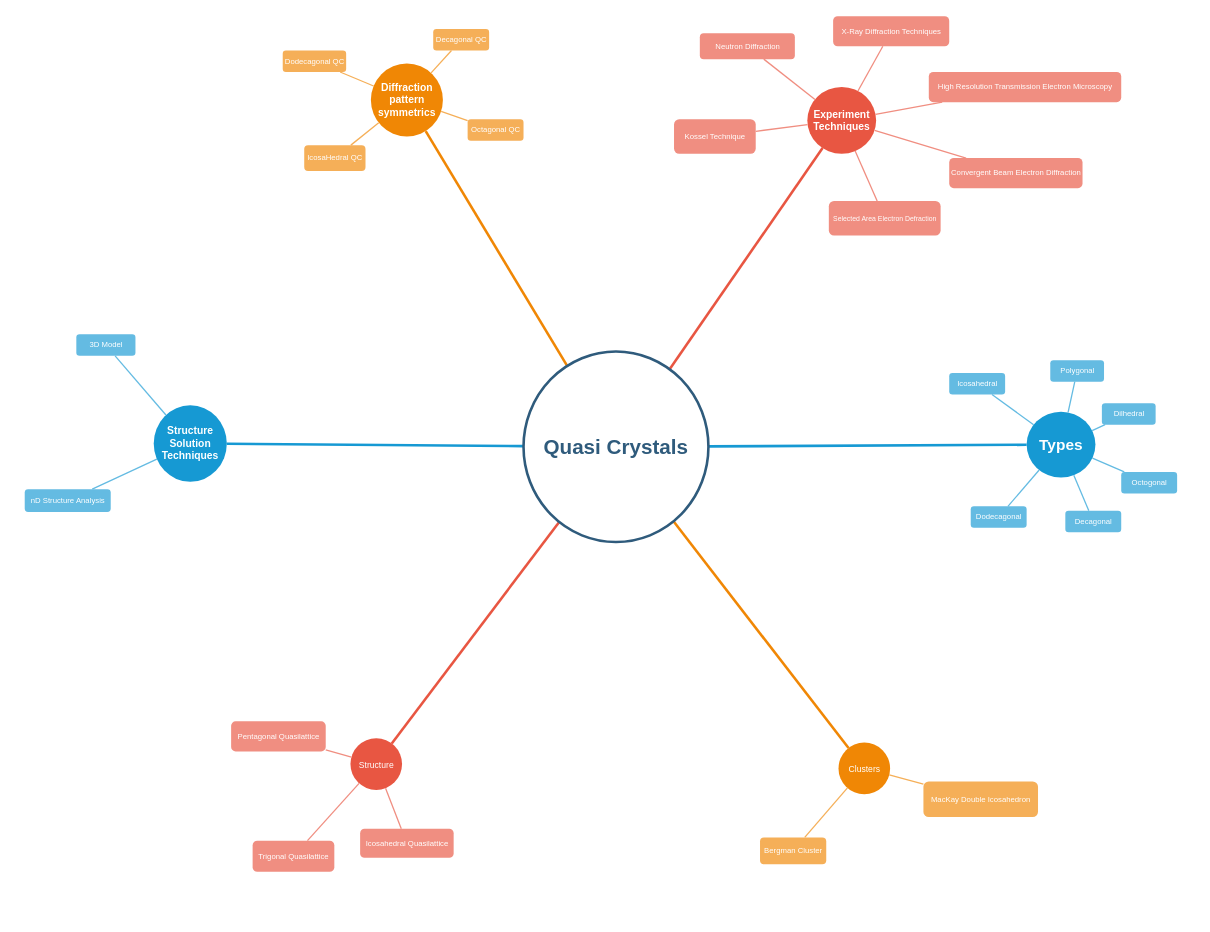
The draw.io diagram Quasi-Crystals.drawio in Master-Bhavesh/Mind-Map, before the edit. Source tidied: cells renumbered, new cells numbered last; positions are measured from the earlier drawing's top-left corner, leaving out a move shared by most shapes. Both pictures are drawn from the tidied source at 43%, with x=0, y=0 at pixel (25, 16).
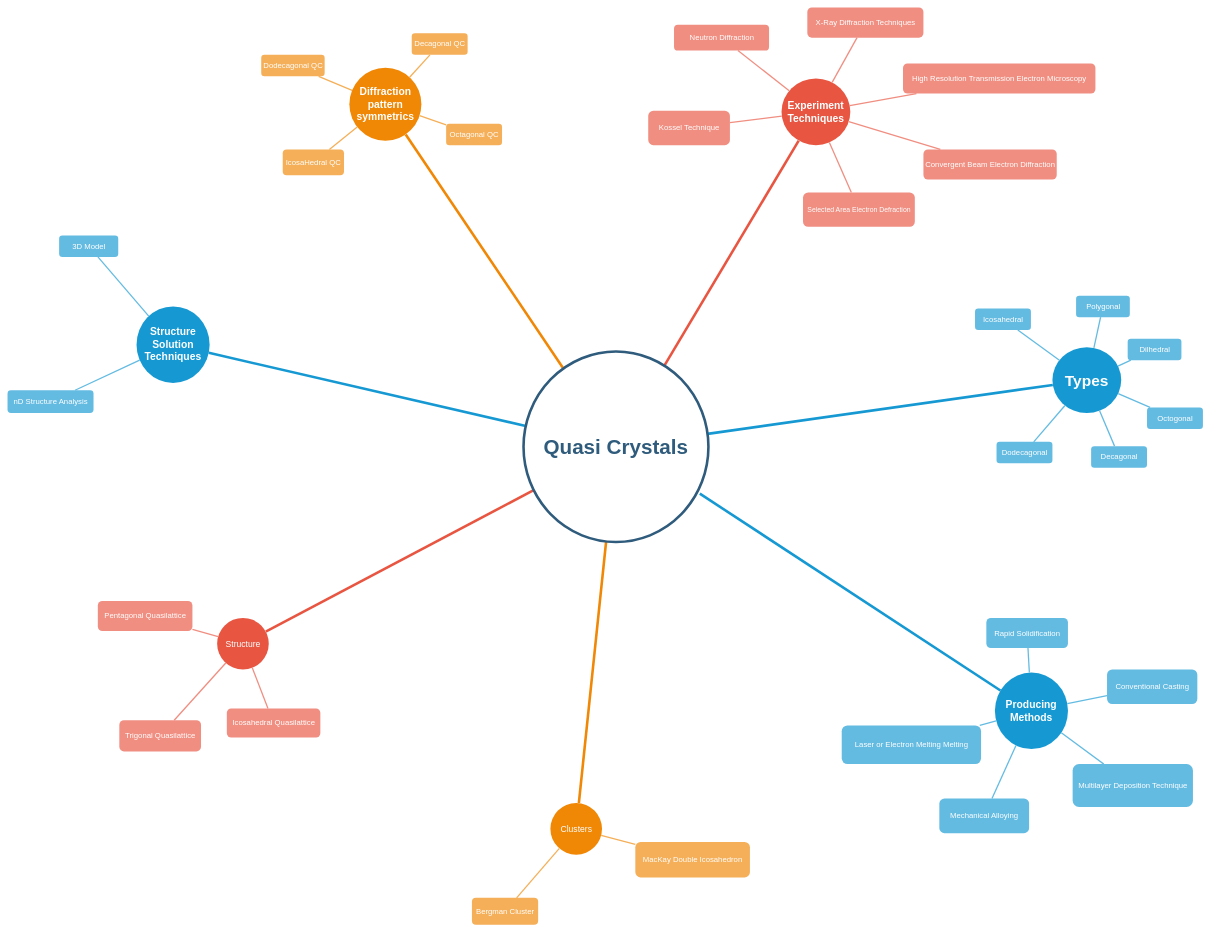
After the change.

Diff of the diagram source:
```diff
@@
     <mxCell id="2" value="&lt;b&gt;&lt;font style=&quot;font-size: 24px&quot;&gt;Structure Solution Techniques&lt;/font&gt;&lt;/b&gt;" style="ellipse;whiteSpace=wrap;html=1;shadow=0;fontFamily=Helvetica;fontSize=20;fontColor=#FFFFFF;align=center;strokeWidth=3;fillColor=#1699D3;strokeColor=none;" parent="1" vertex="1">
-      <mxGeometry x="300" y="905" width="170" height="178" as="geometry" />
+      <mxGeometry x="260" y="675" width="170" height="178" as="geometry" />
     </mxCell>
     <mxCell id="3" value="&lt;b&gt;&lt;font style=&quot;font-size: 24px&quot;&gt;Diffraction pattern symmetrics&lt;/font&gt;&lt;/b&gt;" style="ellipse;whiteSpace=wrap;html=1;shadow=0;fontFamily=Helvetica;fontSize=20;fontColor=#FFFFFF;align=center;strokeWidth=3;fillColor=#F08705;strokeColor=none;gradientColor=none;" parent="1" vertex="1">
-      <mxGeometry x="805" y="110" width="167.5" height="170" as="geometry" />
+      <mxGeometry x="755" y="120" width="167.5" height="170" as="geometry" />
     </mxCell>
     <mxCell id="4" value="&lt;b&gt;&lt;font style=&quot;font-size: 24px&quot;&gt;Experiment Techniques&lt;/font&gt;&lt;/b&gt;" style="ellipse;whiteSpace=wrap;html=1;shadow=0;fontFamily=Helvetica;fontSize=20;fontColor=#FFFFFF;align=center;strokeWidth=3;fillColor=#E85642;strokeColor=none;" parent="1" vertex="1">
-      <mxGeometry x="1820" y="165" width="160" height="155" as="geometry" />
+      <mxGeometry x="1760" y="145" width="160" height="155" as="geometry" />
     </mxCell>
     <mxCell id="5" value="&lt;b&gt;&lt;font style=&quot;font-size: 36px&quot;&gt;Types&lt;/font&gt;&lt;/b&gt;" style="ellipse;whiteSpace=wrap;html=1;shadow=0;fontFamily=Helvetica;fontSize=20;fontColor=#FFFFFF;align=center;strokeWidth=3;fillColor=#1699D3;strokeColor=none;" parent="1" vertex="1">
-      <mxGeometry x="2330" y="920" width="160" height="153" as="geometry" />
+      <mxGeometry x="2390" y="770" width="160" height="153" as="geometry" />
     </mxCell>
     <mxCell id="6" value="Clusters" style="ellipse;whiteSpace=wrap;html=1;shadow=0;fontFamily=Helvetica;fontSize=20;fontColor=#FFFFFF;align=center;strokeWidth=3;fillColor=#F08705;strokeColor=none;" parent="1" vertex="1">
-      <mxGeometry x="1892.5" y="1689.5" width="120" height="120" as="geometry" />
+      <mxGeometry x="1222.5" y="1830" width="120" height="120" as="geometry" />
     </mxCell>
     <mxCell id="7" value="Structure" style="ellipse;whiteSpace=wrap;html=1;shadow=0;fontFamily=Helvetica;fontSize=20;fontColor=#FFFFFF;align=center;strokeWidth=3;fillColor=#E85642;strokeColor=none;" parent="1" vertex="1">
-      <mxGeometry x="757.5" y="1679.5" width="120" height="120" as="geometry" />
+      <mxGeometry x="447.5" y="1399.5" width="120" height="120" as="geometry" />
     </mxCell>
     <mxCell id="8" value="&lt;font style=&quot;font-size: 18px&quot;&gt;IcosaHedral QC&lt;/font&gt;" style="rounded=1;fillColor=#f5af58;strokeColor=none;strokeWidth=3;shadow=0;html=1;fontColor=#FFFFFF;" parent="1" vertex="1">
-      <mxGeometry x="650" y="300" width="142.5" height="60" as="geometry" />
+      <mxGeometry x="600" y="310" width="142.5" height="60" as="geometry" />
     </mxCell>
     <mxCell id="9" value="&lt;font style=&quot;font-size: 18px&quot;&gt;3D Model&lt;/font&gt;" style="rounded=1;fillColor=#64BBE2;strokeColor=none;strokeWidth=3;shadow=0;html=1;fontColor=#FFFFFF;" parent="1" vertex="1">
-      <mxGeometry x="120" y="740" width="137.5" height="50" as="geometry" />
+      <mxGeometry x="80" y="510" width="137.5" height="50" as="geometry" />
     </mxCell>
@@
     <mxCell id="16" value="&lt;font style=&quot;font-size: 18px&quot;&gt;nD Structure Analysis&lt;/font&gt;" style="rounded=1;fillColor=#64BBE2;strokeColor=none;strokeWidth=3;shadow=0;html=1;fontColor=#FFFFFF;" parent="1" vertex="1">
-      <mxGeometry y="1100" width="200" height="53" as="geometry" />
+      <mxGeometry x="-40" y="870" width="200" height="53" as="geometry" />
     </mxCell>
     <mxCell id="17" style="edgeStyle=none;endArrow=none;strokeWidth=3;strokeColor=#64BBE2;html=1;" parent="1" edge="1" source="2" target="16">
-      <mxGeometry x="-690" y="560" as="geometry" />
+      <mxGeometry x="-730" y="330" as="geometry" />
     </mxCell>
     <mxCell id="18" style="edgeStyle=none;endArrow=none;strokeWidth=3;strokeColor=#64BBE2;html=1;" parent="1" edge="1" source="2" target="9">
-      <mxGeometry x="-690" y="560" as="geometry" />
+      <mxGeometry x="-730" y="330" as="geometry" />
     </mxCell>
     <mxCell id="19" value="&lt;font style=&quot;font-size: 18px&quot;&gt;Dodecagonal QC&lt;/font&gt;" style="rounded=1;fillColor=#f5af58;strokeColor=none;strokeWidth=3;shadow=0;html=1;fontColor=#FFFFFF;" parent="1" vertex="1">
-      <mxGeometry x="600" y="80" width="147.5" height="50" as="geometry" />
+      <mxGeometry x="550" y="90" width="147.5" height="50" as="geometry" />
     </mxCell>
     <mxCell id="20" value="&lt;font style=&quot;font-size: 18px&quot;&gt;Decagonal QC&lt;/font&gt;" style="rounded=1;fillColor=#f5af58;strokeColor=none;strokeWidth=3;shadow=0;html=1;fontColor=#FFFFFF;" parent="1" vertex="1">
-      <mxGeometry x="950" y="30" width="130" height="50" as="geometry" />
+      <mxGeometry x="900" y="40" width="130" height="50" as="geometry" />
     </mxCell>
     <mxCell id="21" value="&lt;font style=&quot;font-size: 18px&quot;&gt;Octagonal QC&lt;/font&gt;" style="rounded=1;fillColor=#f5af58;strokeColor=none;strokeWidth=3;shadow=0;html=1;fontColor=#FFFFFF;" parent="1" vertex="1">
-      <mxGeometry x="1030" y="240" width="130" height="50" as="geometry" />
+      <mxGeometry x="980" y="250" width="130" height="50" as="geometry" />
     </mxCell>
     <mxCell id="22" style="edgeStyle=none;endArrow=none;strokeWidth=3;strokeColor=#F5AF58;html=1;" parent="1" edge="1" source="3" target="8">
-      <mxGeometry x="-532.5" y="-240" as="geometry" />
+      <mxGeometry x="-582.5" y="-230" as="geometry" />
     </mxCell>
     <mxCell id="23" style="edgeStyle=none;endArrow=none;strokeWidth=3;strokeColor=#F5AF58;html=1;" parent="1" edge="1" source="3" target="19">
-      <mxGeometry x="-532.5" y="-240" as="geometry" />
+      <mxGeometry x="-582.5" y="-230" as="geometry" />
     </mxCell>
     <mxCell id="24" style="edgeStyle=none;endArrow=none;strokeWidth=3;strokeColor=#F5AF58;html=1;" parent="1" edge="1" source="3" target="20">
-      <mxGeometry x="-532.5" y="-240" as="geometry" />
+      <mxGeometry x="-582.5" y="-230" as="geometry" />
     </mxCell>
     <mxCell id="25" style="edgeStyle=none;endArrow=none;strokeWidth=3;strokeColor=#F5AF58;html=1;" parent="1" edge="1" source="3" target="21">
-      <mxGeometry x="-532.5" y="-240" as="geometry" />
+      <mxGeometry x="-582.5" y="-230" as="geometry" />
     </mxCell>
     <mxCell id="26" value="&lt;font style=&quot;font-size: 18px&quot;&gt;High Resolution Transmission Electron Microscopy&lt;/font&gt;" style="rounded=1;fillColor=#f08e81;strokeColor=none;strokeWidth=3;shadow=0;html=1;fontColor=#FFFFFF;" parent="1" vertex="1">
-      <mxGeometry x="2102.5" y="130" width="447.5" height="70" as="geometry" />
+      <mxGeometry x="2042.5" y="110" width="447.5" height="70" as="geometry" />
     </mxCell>
     <mxCell id="27" value="&lt;font style=&quot;font-size: 18px&quot;&gt;Kossel Technique&lt;/font&gt;" style="rounded=1;fillColor=#f08e81;strokeColor=none;strokeWidth=3;shadow=0;html=1;fontColor=#FFFFFF;" parent="1" vertex="1">
-      <mxGeometry x="1510" y="240" width="190" height="80" as="geometry" />
+      <mxGeometry x="1450" y="220" width="190" height="80" as="geometry" />
     </mxCell>
     <mxCell id="28" value="&lt;font style=&quot;font-size: 18px&quot;&gt;Neutron Diffraction&lt;/font&gt;" style="rounded=1;fillColor=#f08e81;strokeColor=none;strokeWidth=3;shadow=0;html=1;fontColor=#FFFFFF;" parent="1" vertex="1">
-      <mxGeometry x="1570" y="40" width="221" height="60" as="geometry" />
+      <mxGeometry x="1510" y="20" width="221" height="60" as="geometry" />
     </mxCell>
     <mxCell id="29" value="&lt;font style=&quot;font-size: 18px&quot;&gt;X-Ray Diffraction Techniques&lt;/font&gt;" style="rounded=1;fillColor=#f08e81;strokeColor=none;strokeWidth=3;shadow=0;html=1;fontColor=#FFFFFF;" parent="1" vertex="1">
-      <mxGeometry x="1880" width="270" height="70" as="geometry" />
+      <mxGeometry x="1820" y="-20" width="270" height="70" as="geometry" />
     </mxCell>
     <mxCell id="30" value="&lt;font size=&quot;3&quot;&gt;Selected Area Electron Defraction&lt;/font&gt;" style="rounded=1;fillColor=#f08e81;strokeColor=none;strokeWidth=3;shadow=0;html=1;fontColor=#FFFFFF;" parent="1" vertex="1">
-      <mxGeometry x="1870" y="430" width="260" height="80" as="geometry" />
+      <mxGeometry x="1810" y="410" width="260" height="80" as="geometry" />
     </mxCell>
     <mxCell id="31" value="&lt;div&gt;&lt;span style=&quot;font-size: 18px&quot;&gt;Convergent Beam Electron Diffraction&lt;/span&gt;&lt;/div&gt;" style="rounded=1;fillColor=#f08e81;strokeColor=none;strokeWidth=3;shadow=0;html=1;fontColor=#FFFFFF;align=center;" parent="1" vertex="1">
-      <mxGeometry x="2150" y="330" width="310" height="70" as="geometry" />
+      <mxGeometry x="2090" y="310" width="310" height="70" as="geometry" />
     </mxCell>
     <mxCell id="32" style="edgeStyle=none;endArrow=none;strokeWidth=3;strokeColor=#F08E81;html=1;" parent="1" edge="1" source="4" target="27">
-      <mxGeometry x="-110" y="-220" as="geometry" />
+      <mxGeometry x="-170" y="-240" as="geometry" />
     </mxCell>
     <mxCell id="33" style="edgeStyle=none;endArrow=none;strokeWidth=3;strokeColor=#F08E81;html=1;" parent="1" edge="1" source="4" target="28">
-      <mxGeometry x="-110" y="-220" as="geometry" />
+      <mxGeometry x="-170" y="-240" as="geometry" />
     </mxCell>
     <mxCell id="34" style="edgeStyle=none;endArrow=none;strokeWidth=3;strokeColor=#F08E81;html=1;" parent="1" edge="1" source="4" target="29">
-      <mxGeometry x="-110" y="-220" as="geometry" />
+      <mxGeometry x="-170" y="-240" as="geometry" />
     </mxCell>
     <mxCell id="35" style="edgeStyle=none;endArrow=none;strokeWidth=3;strokeColor=#F08E81;html=1;" parent="1" edge="1" source="4" target="26">
-      <mxGeometry x="-110" y="-220" as="geometry" />
+      <mxGeometry x="-170" y="-240" as="geometry" />
     </mxCell>
     <mxCell id="36" style="edgeStyle=none;endArrow=none;strokeWidth=3;strokeColor=#F08E81;html=1;" parent="1" edge="1" source="4" target="31">
-      <mxGeometry x="-110" y="-220" as="geometry" />
+      <mxGeometry x="-170" y="-240" as="geometry" />
     </mxCell>
     <mxCell id="37" style="edgeStyle=none;endArrow=none;strokeWidth=3;strokeColor=#F08E81;html=1;" parent="1" edge="1" source="4" target="30">
-      <mxGeometry x="-110" y="-220" as="geometry" />
+      <mxGeometry x="-170" y="-240" as="geometry" />
     </mxCell>
     <mxCell id="38" value="&lt;font style=&quot;font-size: 18px&quot;&gt;Polygonal&lt;/font&gt;" style="rounded=1;fillColor=#64BBE2;strokeColor=none;strokeWidth=3;shadow=0;html=1;fontColor=#FFFFFF;" parent="1" vertex="1">
-      <mxGeometry x="2385" y="800" width="125" height="50" as="geometry" />
+      <mxGeometry x="2445" y="650" width="125" height="50" as="geometry" />
     </mxCell>
     <mxCell id="39" value="&lt;font style=&quot;font-size: 18px&quot;&gt;Dilhedral&lt;/font&gt;" style="rounded=1;fillColor=#64BBE2;strokeColor=none;strokeWidth=3;shadow=0;html=1;fontColor=#FFFFFF;" parent="1" vertex="1">
-      <mxGeometry x="2505" y="900" width="125" height="50" as="geometry" />
+      <mxGeometry x="2565" y="750" width="125" height="50" as="geometry" />
     </mxCell>
     <mxCell id="40" value="&lt;font style=&quot;font-size: 18px&quot;&gt;Decagonal&lt;/font&gt;" style="rounded=1;fillColor=#64BBE2;strokeColor=none;strokeWidth=3;shadow=0;html=1;fontColor=#FFFFFF;" parent="1" vertex="1">
-      <mxGeometry x="2420" y="1150" width="130" height="50" as="geometry" />
+      <mxGeometry x="2480" y="1000" width="130" height="50" as="geometry" />
     </mxCell>
     <mxCell id="41" value="&lt;font style=&quot;font-size: 18px&quot;&gt;Octogonal&lt;/font&gt;" style="rounded=1;fillColor=#64BBE2;strokeColor=none;strokeWidth=3;shadow=0;html=1;fontColor=#FFFFFF;" parent="1" vertex="1">
-      <mxGeometry x="2550" y="1060" width="130" height="50" as="geometry" />
+      <mxGeometry x="2610" y="910" width="130" height="50" as="geometry" />
     </mxCell>
     <mxCell id="42" value="&lt;font style=&quot;font-size: 18px&quot;&gt;Dodecagonal&lt;/font&gt;" style="rounded=1;fillColor=#64BBE2;strokeColor=none;strokeWidth=3;shadow=0;html=1;fontColor=#FFFFFF;" parent="1" vertex="1">
-      <mxGeometry x="2200" y="1140" width="130" height="50" as="geometry" />
+      <mxGeometry x="2260" y="990" width="130" height="50" as="geometry" />
     </mxCell>
     <mxCell id="43" value="&lt;font style=&quot;font-size: 18px&quot;&gt;Icosahedral&lt;/font&gt;" style="rounded=1;fillColor=#64BBE2;strokeColor=none;strokeWidth=3;shadow=0;html=1;fontColor=#FFFFFF;" parent="1" vertex="1">
-      <mxGeometry x="2150" y="830" width="130" height="50" as="geometry" />
+      <mxGeometry x="2210" y="680" width="130" height="50" as="geometry" />
     </mxCell>
     <mxCell id="44" style="edgeStyle=none;endArrow=none;strokeWidth=3;strokeColor=#64BBE2;html=1;" parent="1" edge="1" source="5" target="38">
-      <mxGeometry x="40" y="177" as="geometry" />
+      <mxGeometry x="100" y="27" as="geometry" />
     </mxCell>
     <mxCell id="45" style="edgeStyle=none;endArrow=none;strokeWidth=3;strokeColor=#64BBE2;html=1;" parent="1" edge="1" source="5" target="39">
-      <mxGeometry x="40" y="177" as="geometry" />
+      <mxGeometry x="100" y="27" as="geometry" />
     </mxCell>
     <mxCell id="46" style="edgeStyle=none;endArrow=none;strokeWidth=3;strokeColor=#64BBE2;html=1;" parent="1" edge="1" source="5" target="41">
-      <mxGeometry x="40" y="177" as="geometry" />
+      <mxGeometry x="100" y="27" as="geometry" />
     </mxCell>
     <mxCell id="47" style="edgeStyle=none;endArrow=none;strokeWidth=3;strokeColor=#64BBE2;html=1;" parent="1" edge="1" source="5" target="40">
-      <mxGeometry x="40" y="177" as="geometry" />
+      <mxGeometry x="100" y="27" as="geometry" />
     </mxCell>
     <mxCell id="48" style="edgeStyle=none;endArrow=none;strokeWidth=3;strokeColor=#64BBE2;html=1;" parent="1" edge="1" source="5" target="42">
-      <mxGeometry x="40" y="177" as="geometry" />
+      <mxGeometry x="100" y="27" as="geometry" />
     </mxCell>
     <mxCell id="49" style="edgeStyle=none;endArrow=none;strokeWidth=3;strokeColor=#64BBE2;html=1;" parent="1" edge="1" source="5" target="43">
-      <mxGeometry x="40" y="177" as="geometry" />
+      <mxGeometry x="100" y="27" as="geometry" />
     </mxCell>
     <mxCell id="50" value="&lt;font style=&quot;font-size: 18px&quot;&gt;MacKay Double Icosahedron&lt;/font&gt;" style="rounded=1;fillColor=#f5af58;strokeColor=none;strokeWidth=3;shadow=0;html=1;fontColor=#FFFFFF;" parent="1" vertex="1">
-      <mxGeometry x="2090" y="1780" width="266.5" height="82.5" as="geometry" />
+      <mxGeometry x="1420" y="1920.5" width="266.5" height="82.5" as="geometry" />
     </mxCell>
     <mxCell id="51" value="&lt;font style=&quot;font-size: 18px&quot;&gt;Bergman Cluster&lt;/font&gt;" style="rounded=1;fillColor=#f5af58;strokeColor=none;strokeWidth=3;shadow=0;html=1;fontColor=#FFFFFF;" parent="1" vertex="1">
-      <mxGeometry x="1710" y="1910" width="154" height="62.5" as="geometry" />
+      <mxGeometry x="1040" y="2050.5" width="154" height="62.5" as="geometry" />
     </mxCell>
     <mxCell id="52" style="edgeStyle=none;endArrow=none;strokeWidth=3;strokeColor=#F5AF58;html=1;" parent="1" edge="1" source="6" target="50">
-      <mxGeometry x="702.5" y="232.5" as="geometry" />
+      <mxGeometry x="32.5" y="373" as="geometry" />
     </mxCell>
     <mxCell id="53" style="edgeStyle=none;endArrow=none;strokeWidth=3;strokeColor=#F5AF58;html=1;" parent="1" edge="1" source="6" target="51">
-      <mxGeometry x="702.5" y="232.5" as="geometry" />
+      <mxGeometry x="32.5" y="373" as="geometry" />
     </mxCell>
     <mxCell id="54" value="&lt;font style=&quot;font-size: 18px&quot;&gt;Icosahedral Quasilattice&lt;/font&gt;" style="rounded=1;fillColor=#f08e81;strokeColor=none;strokeWidth=3;shadow=0;html=1;fontColor=#FFFFFF;" parent="1" vertex="1">
-      <mxGeometry x="780" y="1890" width="217.5" height="67.5" as="geometry" />
+      <mxGeometry x="470" y="1610" width="217.5" height="67.5" as="geometry" />
     </mxCell>
     <mxCell id="55" value="&lt;font style=&quot;font-size: 18px&quot;&gt;Pentagonal Quasilattice&lt;/font&gt;" style="rounded=1;fillColor=#f08e81;strokeColor=none;strokeWidth=3;shadow=0;html=1;fontColor=#FFFFFF;" parent="1" vertex="1">
-      <mxGeometry x="480" y="1640" width="220" height="70" as="geometry" />
+      <mxGeometry x="170" y="1360" width="220" height="70" as="geometry" />
     </mxCell>
     <mxCell id="56" value="&lt;font style=&quot;font-size: 18px&quot;&gt;Trigonal Quasilattice&lt;/font&gt;" style="rounded=1;fillColor=#f08e81;strokeColor=none;strokeWidth=3;shadow=0;html=1;fontColor=#FFFFFF;" parent="1" vertex="1">
-      <mxGeometry x="530" y="1917.5" width="190" height="72.5" as="geometry" />
+      <mxGeometry x="220" y="1637.5" width="190" height="72.5" as="geometry" />
     </mxCell>
     <mxCell id="57" style="edgeStyle=none;endArrow=none;strokeWidth=3;strokeColor=#F08E81;html=1;" parent="1" edge="1" source="7" target="54">
-      <mxGeometry x="87.5" y="375" as="geometry" />
+      <mxGeometry x="-222.5" y="95" as="geometry" />
     </mxCell>
     <mxCell id="58" style="edgeStyle=none;endArrow=none;strokeWidth=3;strokeColor=#F08E81;html=1;" parent="1" edge="1" source="7" target="55">
-      <mxGeometry x="87.5" y="375" as="geometry" />
+      <mxGeometry x="-222.5" y="95" as="geometry" />
     </mxCell>
     <mxCell id="59" style="edgeStyle=none;endArrow=none;strokeWidth=3;strokeColor=#F08E81;html=1;" parent="1" edge="1" source="7" target="56">
-      <mxGeometry x="87.5" y="375" as="geometry" />
+      <mxGeometry x="-222.5" y="95" as="geometry" />
     </mxCell>
     <mxCell id="60" style="edgeStyle=orthogonalEdgeStyle;rounded=0;html=1;exitX=0.75;exitY=0;entryX=0.75;entryY=0;startArrow=none;startFill=0;endArrow=block;endFill=1;jettySize=auto;orthogonalLoop=1;strokeColor=#12aab5;strokeWidth=6;fontSize=20;fontColor=#2F5B7C;" parent="1" edge="1">
       <mxGeometry relative="1" as="geometry">
-        <mxPoint x="1740" y="215" as="sourcePoint" />
-        <mxPoint x="1740" y="215" as="targetPoint" />
+        <mxPoint x="1680" y="195" as="sourcePoint" />
+        <mxPoint x="1680" y="195" as="targetPoint" />
       </mxGeometry>
     </mxCell>
@@
+    <mxCell id="62" value="&lt;b&gt;&lt;font style=&quot;font-size: 24px&quot;&gt;Producing Methods&lt;/font&gt;&lt;/b&gt;" style="ellipse;whiteSpace=wrap;html=1;shadow=0;fontFamily=Helvetica;fontSize=20;fontColor=#FFFFFF;align=center;strokeWidth=3;fillColor=#1699D3;strokeColor=none;" parent="1" vertex="1">
+      <mxGeometry x="2256.2" y="1526.5" width="170" height="178" as="geometry" />
+    </mxCell>
+    <mxCell id="63" value="&lt;font style=&quot;font-size: 18px&quot;&gt;Conventional Casting&lt;/font&gt;" style="rounded=1;fillColor=#64BBE2;strokeColor=none;strokeWidth=3;shadow=0;html=1;fontColor=#FFFFFF;" parent="1" vertex="1">
+      <mxGeometry x="2517" y="1519.5" width="210" height="80" as="geometry" />
+    </mxCell>
+    <mxCell id="64" style="endArrow=none;strokeWidth=6;strokeColor=#1699D3;html=1;" parent="1" edge="1" target="62">
+      <mxGeometry relative="1" as="geometry">
+        <mxPoint x="1570" y="1110.5" as="sourcePoint" />
+      </mxGeometry>
+    </mxCell>
+    <mxCell id="65" value="&lt;span style=&quot;font-size: 18px&quot;&gt;Multilayer Deposition Technique&lt;/span&gt;" style="rounded=1;fillColor=#64BBE2;strokeColor=none;strokeWidth=3;shadow=0;html=1;fontColor=#FFFFFF;" parent="1" vertex="1">
+      <mxGeometry x="2437" y="1739.5" width="279.8" height="99.5" as="geometry" />
+    </mxCell>
+    <mxCell id="66" style="edgeStyle=none;endArrow=none;strokeWidth=3;strokeColor=#64BBE2;html=1;" parent="1" edge="1" source="62" target="65">
+      <mxGeometry x="-483.8" y="714.5" as="geometry" />
+    </mxCell>
+    <mxCell id="67" style="edgeStyle=none;endArrow=none;strokeWidth=3;strokeColor=#64BBE2;html=1;" parent="1" edge="1" source="62" target="63">
+      <mxGeometry x="-483.8" y="714.5" as="geometry" />
+    </mxCell>
+    <mxCell id="68" value="&lt;font style=&quot;font-size: 18px&quot;&gt;Rapid Solidification&lt;/font&gt;" style="rounded=1;fillColor=#64BBE2;strokeColor=none;strokeWidth=3;shadow=0;html=1;fontColor=#FFFFFF;" parent="1" vertex="1">
+      <mxGeometry x="2236.3" y="1399.5" width="189.8" height="70" as="geometry" />
+    </mxCell>
+    <mxCell id="69" style="edgeStyle=none;endArrow=none;strokeWidth=3;strokeColor=#64BBE2;html=1;" parent="1" edge="1" source="62" target="68">
+      <mxGeometry x="-676.3" y="562.5" as="geometry" />
+    </mxCell>
+    <mxCell id="70" value="&lt;font style=&quot;font-size: 18px&quot;&gt;Laser or Electron Melting Melting&lt;/font&gt;" style="rounded=1;fillColor=#64BBE2;strokeColor=none;strokeWidth=3;shadow=0;html=1;fontColor=#FFFFFF;" parent="1" vertex="1">
+      <mxGeometry x="1900" y="1649.5" width="324" height="90" as="geometry" />
+    </mxCell>
+    <mxCell id="71" style="edgeStyle=none;endArrow=none;strokeWidth=3;strokeColor=#64BBE2;html=1;" parent="1" edge="1" source="62" target="70">
+      <mxGeometry x="-992.2" y="750.8" as="geometry" />
+    </mxCell>
+    <mxCell id="72" value="&lt;font style=&quot;font-size: 18px&quot;&gt;Mechanical Alloying&lt;/font&gt;" style="rounded=1;fillColor=#64BBE2;strokeColor=none;strokeWidth=3;shadow=0;html=1;fontColor=#FFFFFF;" parent="1" vertex="1">
+      <mxGeometry x="2127" y="1819.5" width="208.8" height="80.5" as="geometry" />
+    </mxCell>
+    <mxCell id="73" style="edgeStyle=none;endArrow=none;strokeWidth=3;strokeColor=#64BBE2;html=1;" parent="1" edge="1" source="62" target="72">
+      <mxGeometry x="-917.5" y="822.7" as="geometry" />
+    </mxCell>
```
